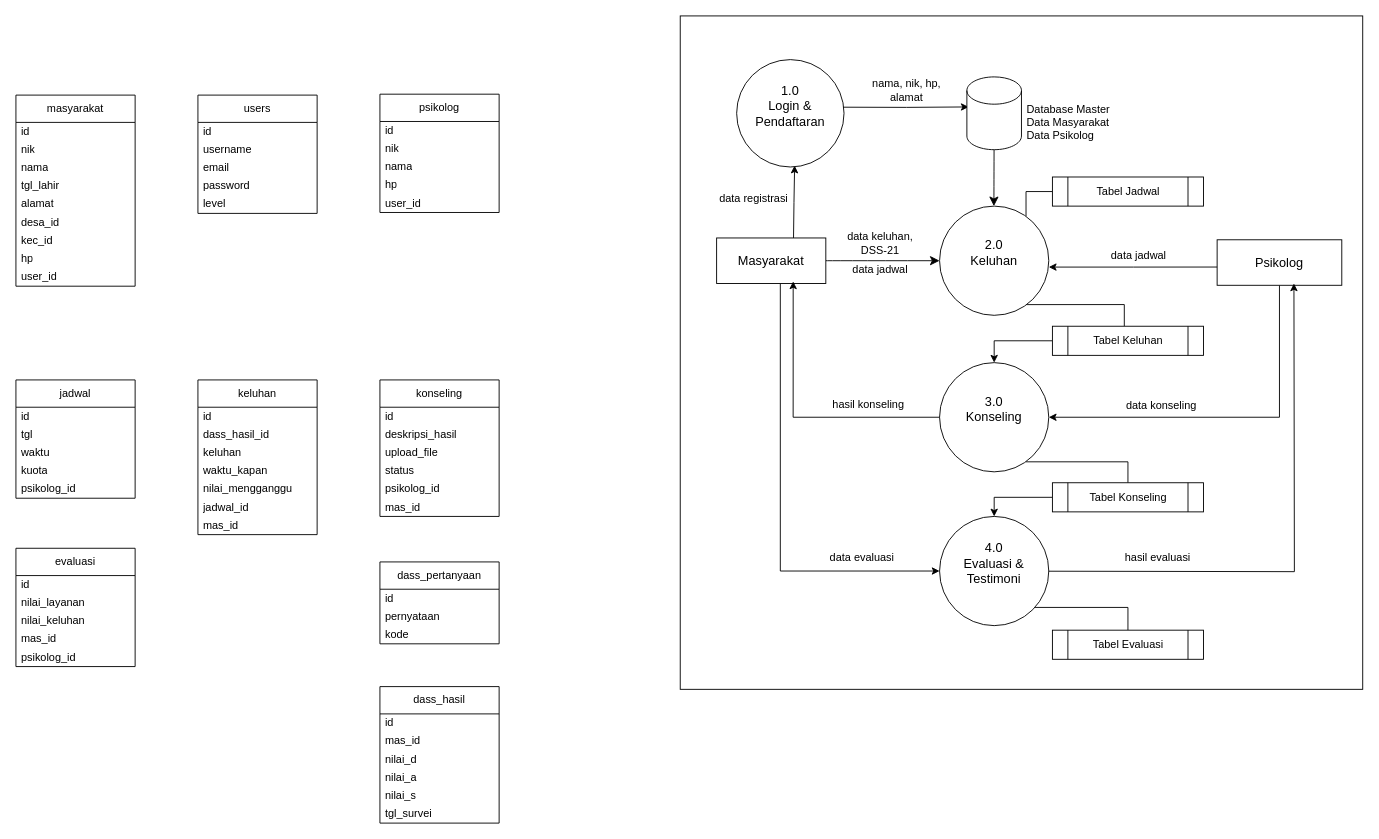
Above: env_designs/erd_dmb.drawio in zeneight/drawio (draw.io), before the change. Source tidied: cells renumbered, new cells numbered last; positions are measured from the earlier drawing's top-left corner, leaving out a move shared by most shapes. Both pictures are drawn from the tidied source at 91%, with x=0, y=0 at pixel (15, 15).
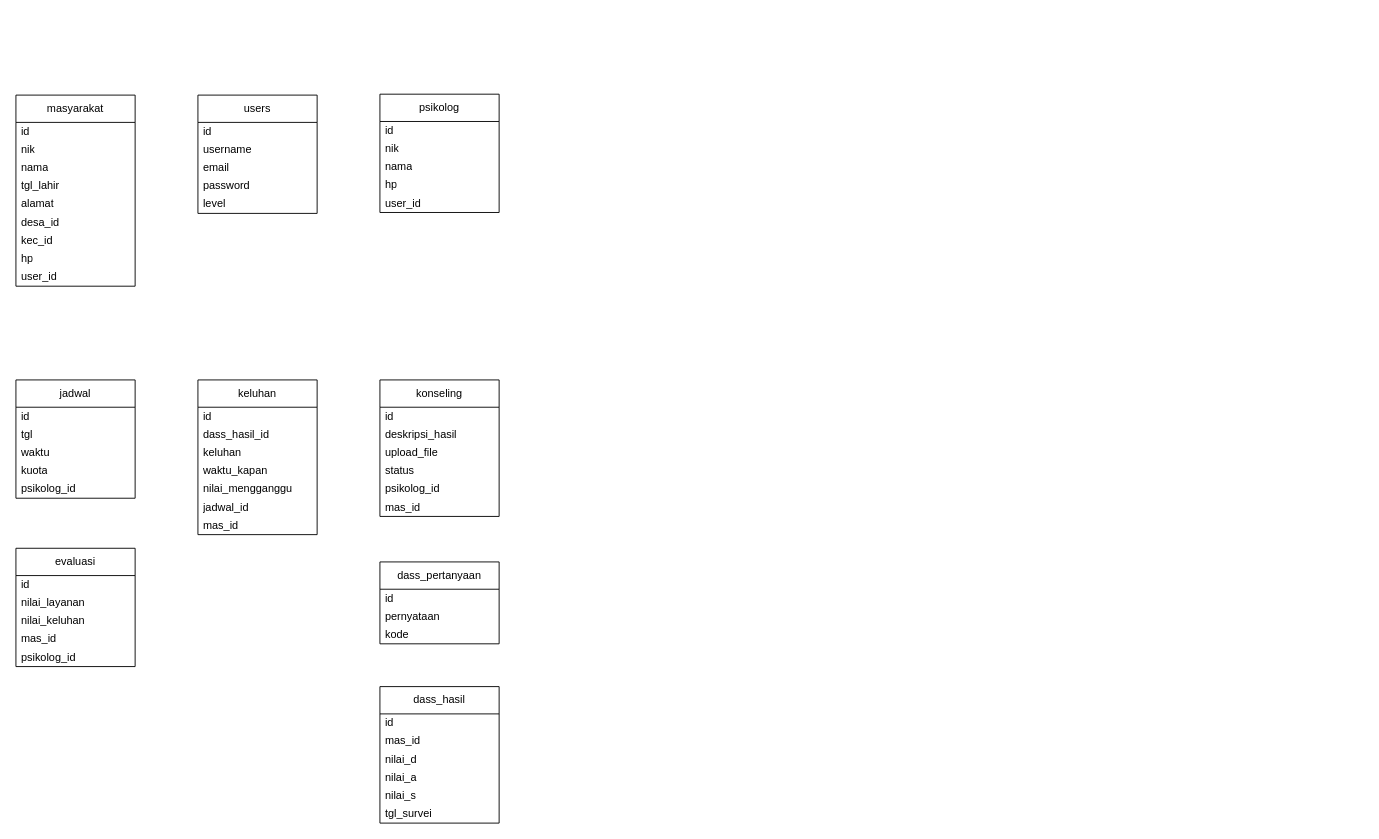
Above is the later version.

What changed in the source:
```diff
@@
-    <mxCell id="2" style="rounded=0;whiteSpace=wrap;html=1;fillColor=none;" parent="1" vertex="1">
-      <mxGeometry x="730" width="750" height="740" as="geometry" />
-    </mxCell>
-    <mxCell id="3" value="&lt;div style=&quot;font-size: 12px;&quot;&gt;Database Master Data Masyarakat&lt;/div&gt;&lt;div style=&quot;font-size: 12px;&quot;&gt;Data Psikolog&lt;br&gt;&lt;/div&gt;" style="text;html=1;align=left;verticalAlign=middle;whiteSpace=wrap;rounded=0;fontSize=12;" parent="1" vertex="1">
-      <mxGeometry x="1109" y="87" width="100" height="60" as="geometry" />
-    </mxCell>
-    <mxCell id="4" style="edgeStyle=none;curved=1;rounded=0;jettySize=auto;html=1;fontSize=12;startSize=8;endSize=8;endArrow=none;endFill=0;startArrow=classic;startFill=1;" parent="1" edge="1" source="40">
-      <mxGeometry relative="1" as="geometry">
-        <mxPoint x="1074.7" y="119" as="targetPoint" />
-      </mxGeometry>
-    </mxCell>
-    <mxCell id="5" style="edgeStyle=orthogonalEdgeStyle;rounded=0;jettySize=auto;html=1;fontSize=12;startSize=8;endSize=8;endArrow=none;endFill=0;exitX=0.774;exitY=0.902;exitDx=0;exitDy=0;exitPerimeter=0;" parent="1" edge="1" source="7" target="24">
-      <mxGeometry relative="1" as="geometry">
-        <Array as="points">
-          <mxPoint x="1218" y="317" />
-        </Array>
-      </mxGeometry>
-    </mxCell>
-    <mxCell id="6" style="edgeStyle=orthogonalEdgeStyle;rounded=0;jettySize=auto;html=1;entryX=0;entryY=0.5;entryDx=0;entryDy=0;endArrow=none;endFill=0;" parent="1" edge="1" source="7" target="41">
-      <mxGeometry relative="1" as="geometry">
-        <Array as="points">
-          <mxPoint x="1110" y="193" />
-        </Array>
-      </mxGeometry>
-    </mxCell>
-    <mxCell id="7" value="&lt;div style=&quot;font-size: 14px;&quot;&gt;2.0&lt;/div&gt;&lt;div&gt;Keluhan&lt;/div&gt;&lt;div&gt;&lt;br&gt;&lt;/div&gt;" style="ellipse;whiteSpace=wrap;html=1;fontSize=14;" parent="1" vertex="1">
-      <mxGeometry x="1015" y="209" width="120" height="120" as="geometry" />
-    </mxCell>
-    <mxCell id="8" style="edgeStyle=none;curved=1;rounded=0;jettySize=auto;html=1;entryX=0;entryY=0.5;entryDx=0;entryDy=0;fontSize=12;startSize=8;endSize=8;" parent="1" edge="1" source="11" target="7">
-      <mxGeometry relative="1" as="geometry" />
-    </mxCell>
-    <mxCell id="9" style="edgeStyle=orthogonalEdgeStyle;rounded=0;jettySize=auto;html=1;entryX=0.54;entryY=0.987;entryDx=0;entryDy=0;entryPerimeter=0;" parent="1" edge="1" target="18">
-      <mxGeometry relative="1" as="geometry">
-        <mxPoint x="854.5" y="244" as="sourcePoint" />
-      </mxGeometry>
-    </mxCell>
-    <mxCell id="10" style="edgeStyle=orthogonalEdgeStyle;rounded=0;jettySize=auto;html=1;entryX=0;entryY=0.5;entryDx=0;entryDy=0;" parent="1" edge="1" source="11" target="30">
-      <mxGeometry relative="1" as="geometry">
-        <Array as="points">
-          <mxPoint x="840" y="610" />
-        </Array>
-      </mxGeometry>
-    </mxCell>
-    <mxCell id="11" value="Masyarakat" style="rounded=0;whiteSpace=wrap;html=1;fontSize=14;" parent="1" vertex="1">
-      <mxGeometry x="770" y="244" width="120" height="50" as="geometry" />
-    </mxCell>
-    <mxCell id="12" value="data registrasi" style="text;html=1;align=center;verticalAlign=middle;whiteSpace=wrap;rounded=0;fontSize=12;" parent="1" vertex="1">
-      <mxGeometry x="761" y="186" width="100" height="30" as="geometry" />
-    </mxCell>
-    <mxCell id="13" style="edgeStyle=none;curved=1;rounded=0;orthogonalLoop=1;jettySize=auto;html=1;exitX=0.5;exitY=1;exitDx=0;exitDy=0;fontSize=12;startSize=8;endSize=8;" parent="1" edge="1">
-      <mxGeometry relative="1" as="geometry">
-        <mxPoint x="1104" y="371" as="sourcePoint" />
-        <mxPoint x="1104" y="371" as="targetPoint" />
-      </mxGeometry>
-    </mxCell>
-    <mxCell id="14" style="edgeStyle=orthogonalEdgeStyle;rounded=0;jettySize=auto;html=1;exitX=0.007;exitY=0.599;exitDx=0;exitDy=0;exitPerimeter=0;" parent="1" edge="1" source="16">
-      <mxGeometry relative="1" as="geometry">
-        <mxPoint x="1135" y="276" as="targetPoint" />
-      </mxGeometry>
-    </mxCell>
-    <mxCell id="15" style="edgeStyle=orthogonalEdgeStyle;rounded=0;jettySize=auto;html=1;entryX=1;entryY=0.5;entryDx=0;entryDy=0;" parent="1" edge="1" source="16" target="27">
-      <mxGeometry relative="1" as="geometry">
-        <Array as="points">
-          <mxPoint x="1389" y="441" />
-        </Array>
-      </mxGeometry>
-    </mxCell>
-    <mxCell id="16" value="Psikolog" style="rounded=0;whiteSpace=wrap;html=1;fontSize=14;" parent="1" vertex="1">
-      <mxGeometry x="1320" y="246" width="137" height="50" as="geometry" />
-    </mxCell>
-    <mxCell id="17" style="edgeStyle=none;curved=1;rounded=0;orthogonalLoop=1;jettySize=auto;html=1;exitX=0.5;exitY=1;exitDx=0;exitDy=0;fontSize=12;startSize=8;endSize=8;" parent="1" edge="1">
-      <mxGeometry relative="1" as="geometry">
-        <mxPoint x="1140" y="173" as="sourcePoint" />
-        <mxPoint x="1140" y="173" as="targetPoint" />
-      </mxGeometry>
-    </mxCell>
-    <mxCell id="18" value="&lt;div style=&quot;font-size: 14px;&quot;&gt;1.0&lt;/div&gt;&lt;div style=&quot;font-size: 14px;&quot;&gt;Login &amp;amp; Pendaftaran&lt;/div&gt;&lt;div style=&quot;font-size: 14px;&quot;&gt;&lt;br style=&quot;font-size: 14px;&quot;&gt;&lt;/div&gt;" style="ellipse;whiteSpace=wrap;html=1;fontSize=14;" parent="1" vertex="1">
-      <mxGeometry x="792" y="48" width="118" height="118" as="geometry" />
-    </mxCell>
-    <mxCell id="19" style="edgeStyle=orthogonalEdgeStyle;rounded=0;orthogonalLoop=1;jettySize=auto;html=1;startArrow=classic;startFill=1;endArrow=none;endFill=0;entryX=1.017;entryY=0.435;entryDx=0;entryDy=0;entryPerimeter=0;" parent="1" edge="1">
-      <mxGeometry relative="1" as="geometry">
-        <mxPoint x="1047" y="100" as="sourcePoint" />
-        <mxPoint x="909" y="100.3" as="targetPoint" />
-      </mxGeometry>
-    </mxCell>
-    <mxCell id="20" value="&lt;div align=&quot;center&quot;&gt;nama, nik, hp, alamat&lt;br&gt;&lt;/div&gt;" style="text;html=1;align=center;verticalAlign=middle;whiteSpace=wrap;rounded=0;fontSize=12;" parent="1" vertex="1">
-      <mxGeometry x="929" y="67" width="100" height="30" as="geometry" />
-    </mxCell>
-    <mxCell id="21" value="data keluhan, DSS-21" style="text;html=1;align=center;verticalAlign=middle;whiteSpace=wrap;rounded=0;fontSize=12;" parent="1" vertex="1">
-      <mxGeometry x="900" y="235" width="100" height="30" as="geometry" />
-    </mxCell>
-    <mxCell id="22" value="data jadwal" style="text;html=1;align=center;verticalAlign=middle;whiteSpace=wrap;rounded=0;fontSize=12;" parent="1" vertex="1">
-      <mxGeometry x="1179" y="249" width="110" height="30" as="geometry" />
-    </mxCell>
-    <mxCell id="23" style="edgeStyle=orthogonalEdgeStyle;rounded=0;jettySize=auto;html=1;" parent="1" edge="1" source="24" target="27">
-      <mxGeometry relative="1" as="geometry" />
-    </mxCell>
-    <mxCell id="24" value="&lt;div&gt;Tabel Keluhan&lt;br&gt;&lt;/div&gt;" style="shape=process;whiteSpace=wrap;html=1;backgroundOutline=1;" parent="1" vertex="1">
-      <mxGeometry x="1139" y="341" width="166" height="32" as="geometry" />
-    </mxCell>
-    <mxCell id="25" value="data jadwal" style="text;html=1;align=center;verticalAlign=middle;whiteSpace=wrap;rounded=0;fontSize=12;" parent="1" vertex="1">
-      <mxGeometry x="900" y="263.5" width="100" height="30" as="geometry" />
-    </mxCell>
-    <mxCell id="26" style="edgeStyle=orthogonalEdgeStyle;rounded=0;jettySize=auto;html=1;endArrow=none;endFill=0;" parent="1" edge="1" source="27" target="33">
-      <mxGeometry relative="1" as="geometry">
-        <Array as="points">
-          <mxPoint x="1222" y="490" />
-        </Array>
-      </mxGeometry>
-    </mxCell>
-    <mxCell id="27" value="&lt;div style=&quot;font-size: 14px;&quot;&gt;3.0&lt;/div&gt;&lt;div&gt;Konseling&lt;br&gt;&lt;/div&gt;&lt;div&gt;&lt;br&gt;&lt;/div&gt;" style="ellipse;whiteSpace=wrap;html=1;fontSize=14;" parent="1" vertex="1">
-      <mxGeometry x="1015" y="381" width="120" height="120" as="geometry" />
-    </mxCell>
-    <mxCell id="28" style="edgeStyle=orthogonalEdgeStyle;rounded=0;jettySize=auto;html=1;entryX=0.701;entryY=0.954;entryDx=0;entryDy=0;entryPerimeter=0;" parent="1" edge="1" source="27" target="11">
-      <mxGeometry relative="1" as="geometry" />
-    </mxCell>
-    <mxCell id="29" style="edgeStyle=orthogonalEdgeStyle;rounded=0;jettySize=auto;html=1;endArrow=none;endFill=0;" parent="1" edge="1" source="30" target="34">
-      <mxGeometry relative="1" as="geometry">
-        <Array as="points">
-          <mxPoint x="1222" y="650" />
-        </Array>
-      </mxGeometry>
-    </mxCell>
-    <mxCell id="30" value="&lt;div style=&quot;font-size: 14px;&quot;&gt;4.0&lt;/div&gt;&lt;div&gt;Evaluasi &amp;amp; Testimoni&lt;br&gt;&lt;/div&gt;&lt;div&gt;&lt;br&gt;&lt;/div&gt;" style="ellipse;whiteSpace=wrap;html=1;fontSize=14;" parent="1" vertex="1">
-      <mxGeometry x="1015" y="550" width="120" height="120" as="geometry" />
-    </mxCell>
-    <mxCell id="31" style="edgeStyle=orthogonalEdgeStyle;rounded=0;orthogonalLoop=1;jettySize=auto;html=1;entryX=0.616;entryY=0.956;entryDx=0;entryDy=0;entryPerimeter=0;" parent="1" edge="1">
-      <mxGeometry relative="1" as="geometry">
-        <mxPoint x="1135" y="610.2" as="sourcePoint" />
-        <mxPoint x="1404.4" y="294" as="targetPoint" />
-      </mxGeometry>
-    </mxCell>
-    <mxCell id="32" style="edgeStyle=orthogonalEdgeStyle;rounded=0;jettySize=auto;html=1;entryX=0.5;entryY=0;entryDx=0;entryDy=0;" parent="1" edge="1" source="33" target="30">
-      <mxGeometry relative="1" as="geometry">
-        <Array as="points">
-          <mxPoint x="1075" y="529" />
-        </Array>
-      </mxGeometry>
-    </mxCell>
-    <mxCell id="33" value="&lt;div&gt;Tabel Konseling&lt;br&gt;&lt;/div&gt;" style="shape=process;whiteSpace=wrap;html=1;backgroundOutline=1;" parent="1" vertex="1">
-      <mxGeometry x="1139" y="513" width="166" height="32" as="geometry" />
-    </mxCell>
-    <mxCell id="34" value="&lt;div&gt;Tabel Evaluasi&lt;br&gt;&lt;/div&gt;" style="shape=process;whiteSpace=wrap;html=1;backgroundOutline=1;" parent="1" vertex="1">
-      <mxGeometry x="1139" y="675" width="166" height="32" as="geometry" />
-    </mxCell>
-    <mxCell id="35" value="hasil konseling" style="text;html=1;align=center;verticalAlign=middle;whiteSpace=wrap;rounded=0;fontSize=12;" parent="1" vertex="1">
-      <mxGeometry x="887" y="412" width="100" height="30" as="geometry" />
-    </mxCell>
-    <mxCell id="36" value="data konseling" style="text;html=1;align=center;verticalAlign=middle;whiteSpace=wrap;rounded=0;fontSize=12;" parent="1" vertex="1">
-      <mxGeometry x="1209" y="413" width="100" height="30" as="geometry" />
-    </mxCell>
-    <mxCell id="37" value="hasil evaluasi" style="text;html=1;align=center;verticalAlign=middle;whiteSpace=wrap;rounded=0;fontSize=12;" parent="1" vertex="1">
-      <mxGeometry x="1205" y="580" width="100" height="30" as="geometry" />
-    </mxCell>
-    <mxCell id="38" value="data evaluasi" style="text;html=1;align=center;verticalAlign=middle;whiteSpace=wrap;rounded=0;fontSize=12;" parent="1" vertex="1">
-      <mxGeometry x="880" y="580" width="100" height="30" as="geometry" />
-    </mxCell>
-    <mxCell id="39" style="edgeStyle=none;curved=1;rounded=0;jettySize=auto;html=1;fontSize=12;startSize=8;endSize=8;endArrow=none;endFill=0;startArrow=classic;startFill=1;" parent="1" edge="1" target="40">
-      <mxGeometry relative="1" as="geometry">
-        <mxPoint x="1074.7" y="209" as="sourcePoint" />
-      </mxGeometry>
-    </mxCell>
-    <mxCell id="40" style="shape=cylinder3;whiteSpace=wrap;html=1;boundedLbl=1;backgroundOutline=1;size=15;" parent="1" vertex="1">
-      <mxGeometry x="1045" y="67" width="60" height="80" as="geometry" />
-    </mxCell>
-    <mxCell id="41" value="&lt;div&gt;Tabel Jadwal&lt;br&gt;&lt;/div&gt;" style="shape=process;whiteSpace=wrap;html=1;backgroundOutline=1;" parent="1" vertex="1">
-      <mxGeometry x="1139" y="177" width="166" height="32" as="geometry" />
-    </mxCell>
```
